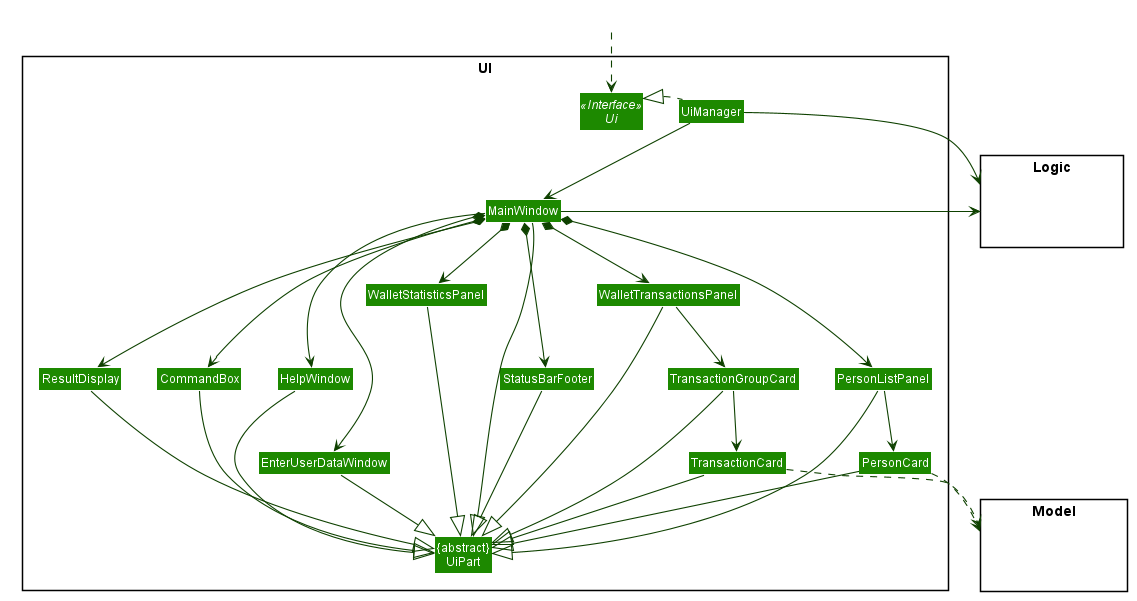
The PlantUML diagram docs/images/UiClassDiagram.png in syinyichen/main, before a commit. Its source is kept beside it as docs/diagrams/UiClassDiagram.puml.
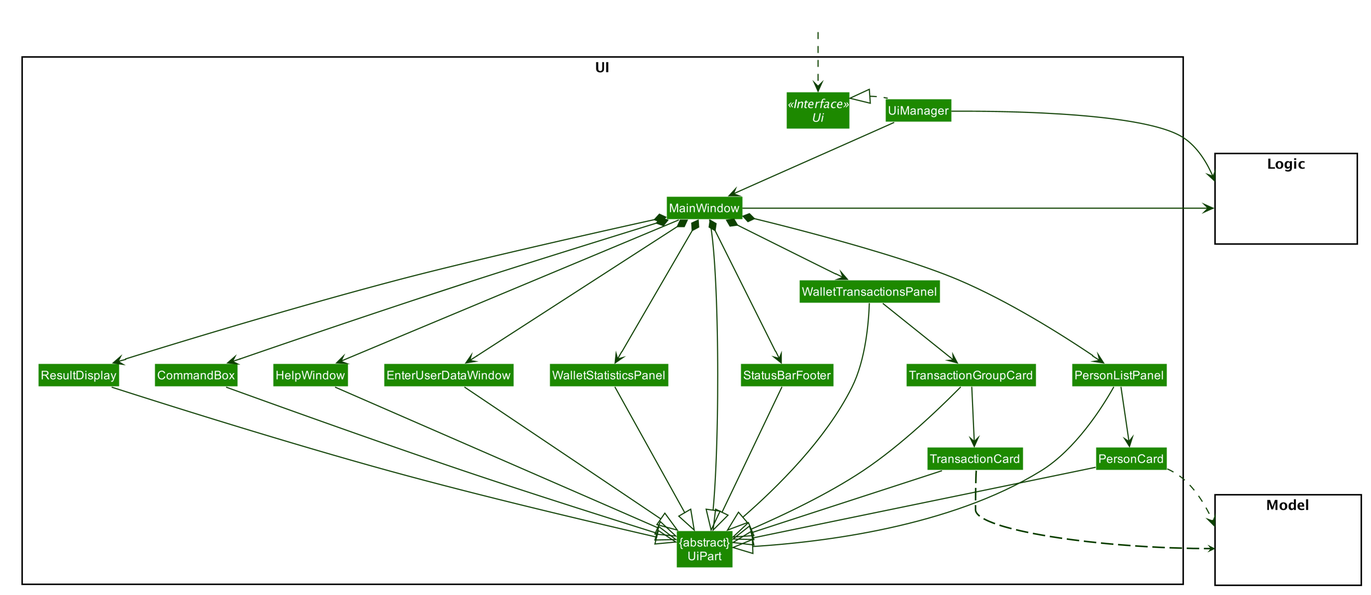
After the commit.

The edit, as a diff of the source:
```diff
@@ -64,12 +64,14 @@
 TransactionCard --|> UiPart
 
 PersonCard ..> Model
-TransactionCard ..> Model
+TransactionCard .[hidden].> Model
 UiManager -right-> Logic
 MainWindow -left-> Logic
 
 PersonListPanel -[hidden]left- HelpWindow
 HelpWindow -[hidden]left- CommandBox
+HelpWindow -[hidden]right- EnterUserDataWindow
+EnterUserDataWindow -[hidden]right- WalletStatisticsPanel
 CommandBox -[hidden]left- ResultDisplay
 ResultDisplay -[hidden]left- StatusBarFooter
 
```
